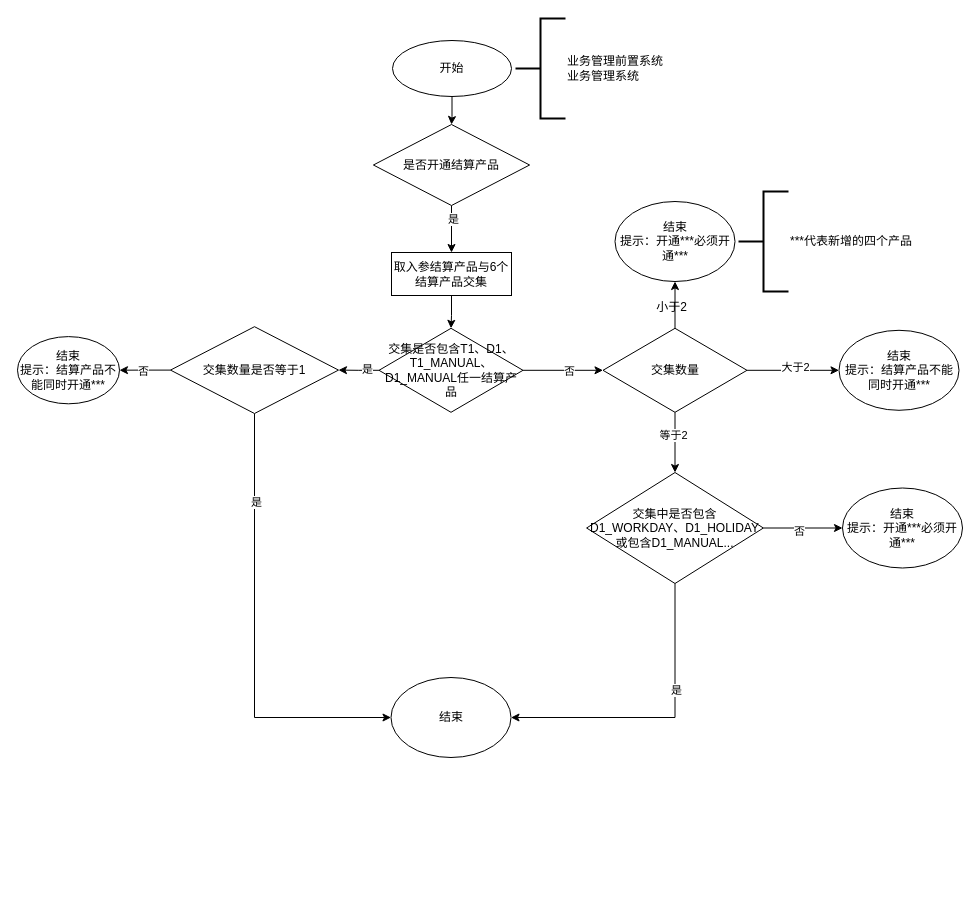
fengyong7723131/work keeps this draw.io diagram as page "工作日/非工作日结算产品" (1 of 2) of 未命名绘图.drawio. Above is the earlier version. Source tidied: cells renumbered, new cells numbered last; positions are measured from the earlier drawing's top-left corner, leaving out a move shared by most shapes. Both pictures are drawn from the tidied source at 100%, with x=0, y=0 at pixel (17, 18).
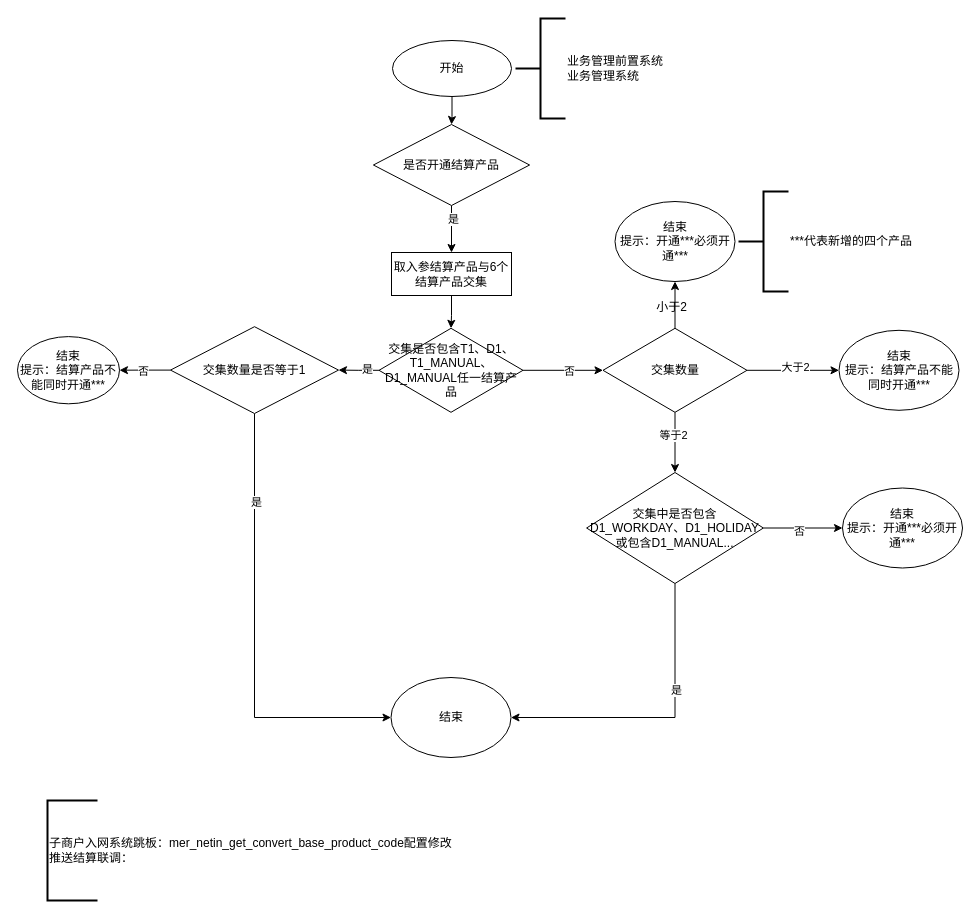
Above is the later version.

Commit message:
Update 未命名绘图.drawio

Change to the diagram source:
```diff
@@
+    <mxCell id="38" value="子商户入网系统跳板：mer_netin_get_convert_base_product_code配置修改&lt;br&gt;推送结算联调：" style="strokeWidth=2;html=1;shape=mxgraph.flowchart.annotation_1;align=left;" parent="1" vertex="1">
+      <mxGeometry x="30" y="782" width="50" height="100" as="geometry" />
+    </mxCell>
```
